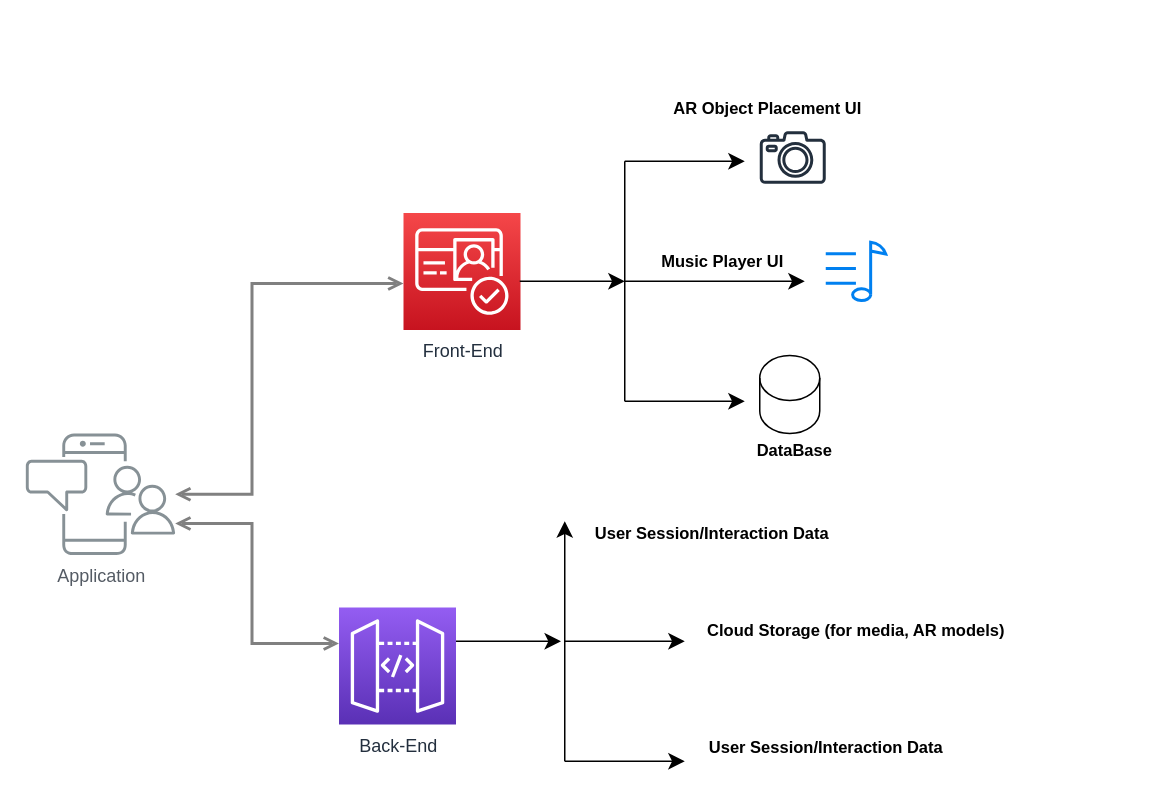
Before: Untitled Diagram.drawio in jebin232/Flutter_translation_app-Python_Api-, a draw.io diagram. Source tidied: cells renumbered, new cells numbered last; positions are measured from the earlier drawing's top-left corner, leaving out a move shared by most shapes. Both pictures are drawn from the tidied source at 150%, with x=0, y=0 at pixel (24, 86).
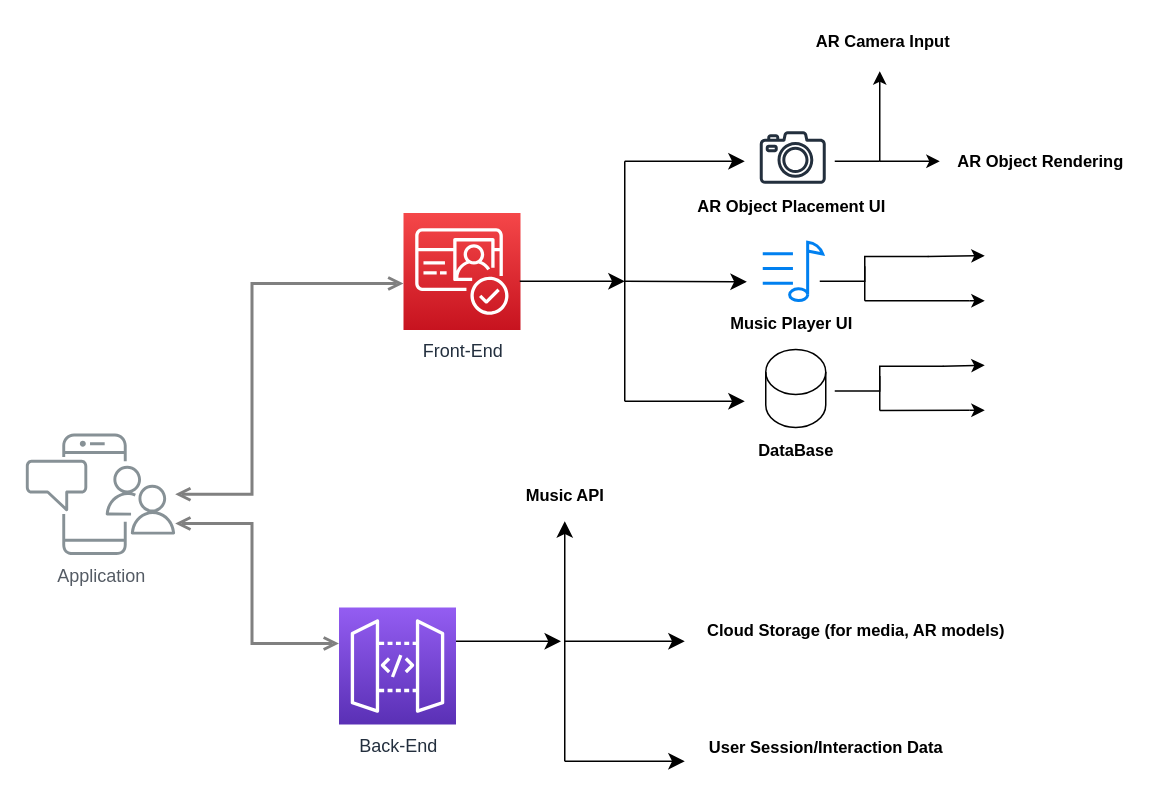
The same diagram, later.

What changed in the source:
```diff
@@
-    <mxCell id="15" style="endArrow=classic;html=1;rounded=0;fontSize=12;startSize=8;endSize=8;curved=1;" parent="1" edge="1">
+    <mxCell id="15" style="endArrow=classic;html=1;rounded=0;fontSize=12;startSize=8;endSize=8;curved=1;entryX=0.664;entryY=0.947;entryDx=0;entryDy=0;entryPerimeter=0;" parent="1" edge="1">
       <mxGeometry relative="1" as="geometry">
         <mxPoint x="400" y="130" as="sourcePoint" />
-        <mxPoint x="520" y="130" as="targetPoint" />
+        <mxPoint x="481.4" y="130.4" as="targetPoint" />
       </mxGeometry>
     </mxCell>
@@
-    <mxCell id="18" value="&lt;b style=&quot;font-size: 11px;&quot;&gt;User Session/Interaction Data&lt;/b&gt;" style="text;html=1;align=center;verticalAlign=middle;strokeColor=none;fillColor=none;fontSize=11;" parent="1" vertex="1">
-      <mxGeometry x="367.6" y="282.5" width="180" height="30" as="geometry" />
-    </mxCell>
@@
     <mxCell id="20" style="html=1;verticalLabelPosition=bottom;align=center;labelBackgroundColor=#ffffff;verticalAlign=top;strokeWidth=2;strokeColor=#0080F0;shadow=0;dashed=0;shape=mxgraph.ios7.icons.note;" parent="1" vertex="1">
-      <mxGeometry x="534" y="104" width="40" height="39" as="geometry" />
+      <mxGeometry x="492" y="104" width="40" height="39" as="geometry" />
     </mxCell>
     <mxCell id="21" style="shape=cylinder3;whiteSpace=wrap;html=1;boundedLbl=1;backgroundOutline=1;size=15;" parent="1" vertex="1">
-      <mxGeometry x="490" y="179.5" width="40" height="52" as="geometry" />
+      <mxGeometry x="494" y="175.5" width="40" height="52" as="geometry" />
     </mxCell>
     <mxCell id="22" value="&lt;b style=&quot;font-size: 11px;&quot;&gt;AR &lt;span class=&quot;hljs-selector-tag&quot; style=&quot;font-size: 11px;&quot;&gt;Object&lt;/span&gt; Placement UI&lt;/b&gt;" style="text;html=1;align=center;verticalAlign=middle;strokeColor=none;fillColor=none;fontSize=11;" parent="1" vertex="1">
-      <mxGeometry x="420.2" width="150" height="30" as="geometry" />
+      <mxGeometry x="436.3" y="65" width="150" height="30" as="geometry" />
     </mxCell>
+    <mxCell id="24" value="&lt;b style=&quot;font-size: 11px;&quot;&gt;DataBase&lt;/b&gt;" style="text;html=1;align=center;verticalAlign=middle;strokeColor=none;fillColor=none;fontSize=11;" parent="1" vertex="1">
+      <mxGeometry x="479" y="227.5" width="70" height="30" as="geometry" />
+    </mxCell>
+    <mxCell id="25" value="&lt;b&gt;Music API&lt;/b&gt;" style="text;html=1;align=center;verticalAlign=middle;strokeColor=none;fillColor=none;fontSize=11;" parent="1" vertex="1">
+      <mxGeometry x="320" y="257.5" width="80" height="30" as="geometry" />
+    </mxCell>
-    <mxCell id="23" value="&lt;b style=&quot;font-size: 11px;&quot;&gt;Music Player UI&lt;/b&gt;" style="text;html=1;align=center;verticalAlign=middle;strokeColor=none;fillColor=none;fontSize=11;" parent="1" vertex="1">
-      <mxGeometry x="415" y="102" width="100" height="30" as="geometry" />
+    <mxCell id="23" value="&lt;b&gt;Music Player UI&lt;/b&gt;" style="text;html=1;align=center;verticalAlign=middle;strokeColor=none;fillColor=none;fontSize=11;" parent="1" vertex="1">
+      <mxGeometry x="482.6" y="143" width="57.4" height="30" as="geometry" />
     </mxCell>
-    <mxCell id="24" value="&lt;b style=&quot;font-size: 11px;&quot;&gt;DataBase&lt;/b&gt;" style="text;html=1;align=center;verticalAlign=middle;strokeColor=none;fillColor=none;fontSize=11;" parent="1" vertex="1">
-      <mxGeometry x="477.6" y="227.5" width="70" height="30" as="geometry" />
-    </mxCell>
+    <mxCell id="26" style="endArrow=none;html=1;rounded=0;" parent="1" edge="1">
+      <mxGeometry relative="1" as="geometry">
+        <mxPoint x="540" y="50" as="sourcePoint" />
+        <mxPoint x="570" y="50" as="targetPoint" />
+      </mxGeometry>
+    </mxCell>
+    <mxCell id="27" style="endArrow=classic;html=1;rounded=0;" parent="1" edge="1">
+      <mxGeometry relative="1" as="geometry">
+        <mxPoint x="570" y="50" as="sourcePoint" />
+        <mxPoint x="570" y="-10" as="targetPoint" />
+      </mxGeometry>
+    </mxCell>
+    <mxCell id="28" value="&lt;b&gt;AR Camera Input&lt;/b&gt;" style="text;html=1;align=center;verticalAlign=middle;strokeColor=none;fillColor=none;fontSize=11;" parent="1" vertex="1">
+      <mxGeometry x="526" y="-40" width="92" height="20" as="geometry" />
+    </mxCell>
+    <mxCell id="29" style="endArrow=classic;html=1;rounded=0;" parent="1" edge="1">
+      <mxGeometry relative="1" as="geometry">
+        <mxPoint x="570" y="50" as="sourcePoint" />
+        <mxPoint x="610" y="50" as="targetPoint" />
+      </mxGeometry>
+    </mxCell>
+    <mxCell id="30" value="&lt;b&gt;AR Object Rendering&lt;/b&gt;" style="text;html=1;align=center;verticalAlign=middle;strokeColor=none;fillColor=none;fontSize=11;" parent="1" vertex="1">
+      <mxGeometry x="612" y="35" width="130" height="30" as="geometry" />
+    </mxCell>
+    <mxCell id="31" style="endArrow=none;html=1;rounded=0;" parent="1" edge="1">
+      <mxGeometry relative="1" as="geometry">
+        <mxPoint x="530" y="130" as="sourcePoint" />
+        <mxPoint x="560" y="130" as="targetPoint" />
+      </mxGeometry>
+    </mxCell>
+    <mxCell id="32" style="endArrow=none;html=1;rounded=0;" parent="1" edge="1">
+      <mxGeometry relative="1" as="geometry">
+        <mxPoint x="560" y="143" as="sourcePoint" />
+        <mxPoint x="560" y="120" as="targetPoint" />
+        <Array as="points">
+          <mxPoint x="560" y="127" />
+        </Array>
+      </mxGeometry>
+    </mxCell>
+    <mxCell id="33" style="shape=partialRectangle;whiteSpace=wrap;html=1;bottom=0;right=0;fillColor=none;" parent="1" vertex="1">
+      <mxGeometry x="560" y="113.5" width="42" height="16.5" as="geometry" />
+    </mxCell>
+    <mxCell id="34" style="endArrow=classic;html=1;rounded=0;exitX=1;exitY=0;exitDx=0;exitDy=0;" parent="1" edge="1" source="33">
+      <mxGeometry relative="1" as="geometry">
+        <mxPoint x="640" y="113" as="targetPoint" />
+      </mxGeometry>
+    </mxCell>
+    <mxCell id="35" style="endArrow=none;html=1;rounded=0;" parent="1" edge="1">
+      <mxGeometry relative="1" as="geometry">
+        <mxPoint x="560" y="143" as="sourcePoint" />
+        <mxPoint x="630" y="143" as="targetPoint" />
+      </mxGeometry>
+    </mxCell>
+    <mxCell id="36" style="endArrow=classic;html=1;rounded=0;" parent="1" edge="1">
+      <mxGeometry relative="1" as="geometry">
+        <mxPoint x="630" y="143" as="sourcePoint" />
+        <mxPoint x="640" y="143" as="targetPoint" />
+      </mxGeometry>
+    </mxCell>
+    <mxCell id="37" style="endArrow=none;html=1;rounded=0;" parent="1" edge="1">
+      <mxGeometry relative="1" as="geometry">
+        <mxPoint x="570" y="216.2" as="sourcePoint" />
+        <mxPoint x="570" y="193.2" as="targetPoint" />
+        <Array as="points">
+          <mxPoint x="570" y="200.2" />
+        </Array>
+      </mxGeometry>
+    </mxCell>
+    <mxCell id="38" style="shape=partialRectangle;whiteSpace=wrap;html=1;bottom=0;right=0;fillColor=none;" parent="1" vertex="1">
+      <mxGeometry x="570" y="186.7" width="42" height="16.5" as="geometry" />
+    </mxCell>
+    <mxCell id="39" style="endArrow=classic;html=1;rounded=0;exitX=1;exitY=0;exitDx=0;exitDy=0;" parent="1" edge="1" source="38">
+      <mxGeometry relative="1" as="geometry">
+        <mxPoint x="640" y="186" as="targetPoint" />
+      </mxGeometry>
+    </mxCell>
+    <mxCell id="40" style="endArrow=none;html=1;rounded=0;" parent="1" edge="1">
+      <mxGeometry relative="1" as="geometry">
+        <mxPoint x="570" y="216.2" as="sourcePoint" />
+        <mxPoint x="630" y="216" as="targetPoint" />
+      </mxGeometry>
+    </mxCell>
+    <mxCell id="41" style="endArrow=classic;html=1;rounded=0;" parent="1" edge="1">
+      <mxGeometry relative="1" as="geometry">
+        <mxPoint x="630" y="216" as="sourcePoint" />
+        <mxPoint x="640" y="216" as="targetPoint" />
+      </mxGeometry>
+    </mxCell>
+    <mxCell id="42" style="endArrow=none;html=1;rounded=0;" parent="1" edge="1">
+      <mxGeometry relative="1" as="geometry">
+        <mxPoint x="540" y="203.2" as="sourcePoint" />
+        <mxPoint x="570" y="203.2" as="targetPoint" />
+      </mxGeometry>
+    </mxCell>
```
